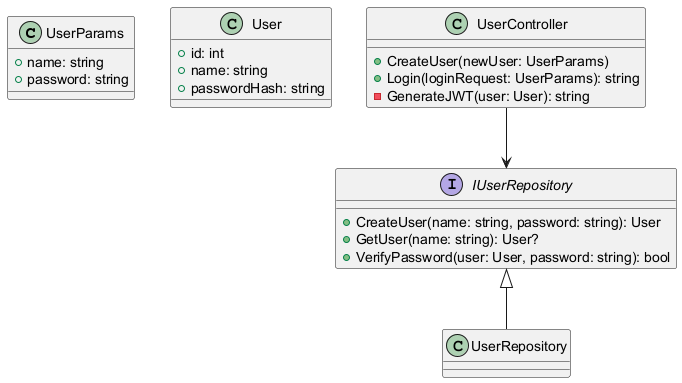
MaarxS/chess-opening-training-paper keeps this PlantUML diagram as images/diagrams/auth.png. Above is the earlier version. Source of this version:
```plantuml
@startuml
class UserParams {
    + name: string
    + password: string
}
class User {
    + id: int
    + name: string
    + passwordHash: string
}
class UserController {
    + CreateUser(newUser: UserParams)
    + Login(loginRequest: UserParams): string
    - GenerateJWT(user: User): string
}
interface IUserRepository {
    + CreateUser(name: string, password: string): User
    + GetUser(name: string): User?
    + VerifyPassword(user: User, password: string): bool
}

UserController --> IUserRepository
IUserRepository <|-- UserRepository
@enduml
```
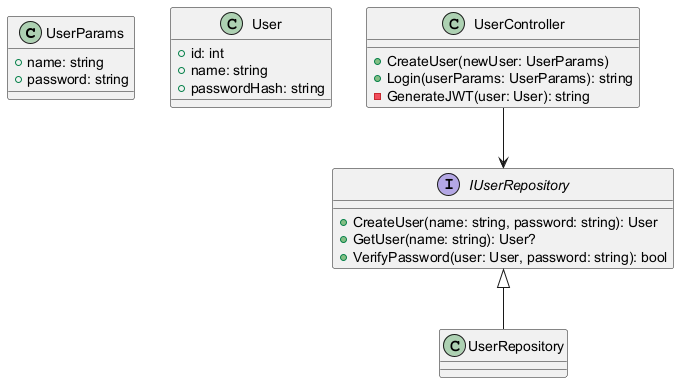
Above is the later version.

Change to the diagram source:
```diff
@@ -10,7 +10,7 @@
 }
 class UserController {
     + CreateUser(newUser: UserParams)
-    + Login(loginRequest: UserParams): string
+    + Login(userParams: UserParams): string
     - GenerateJWT(user: User): string
 }
 interface IUserRepository {
```
